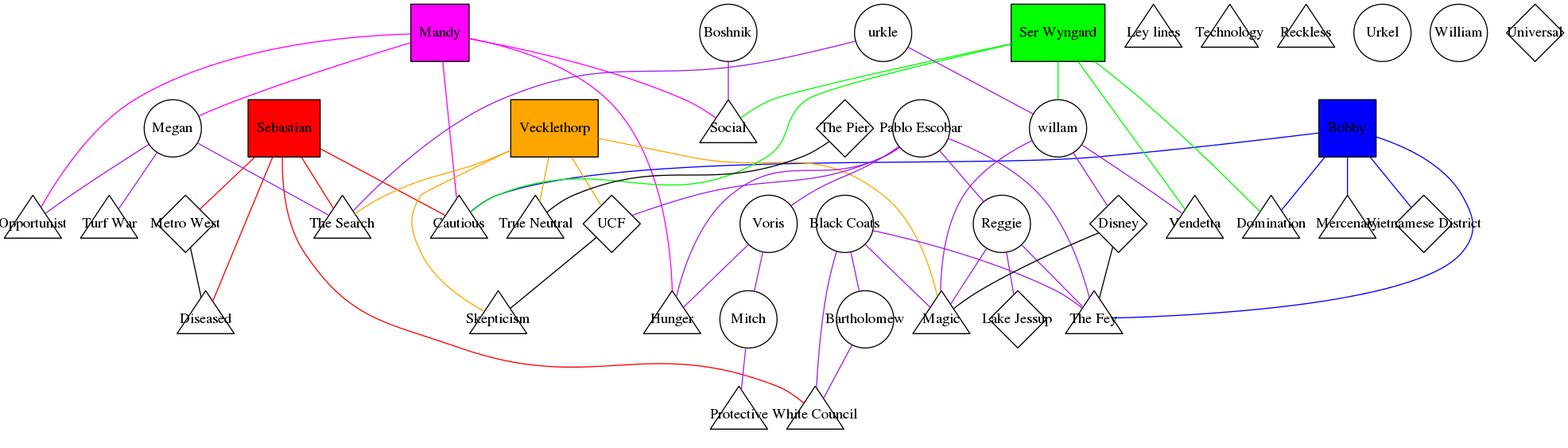
The Graphviz diagram might-of-aurora/might-of-aurora.png in stevenvergenz/vergenz-dresden-map, before a commit. Its source is kept beside it as might-of-aurora/might-of-aurora.dot.
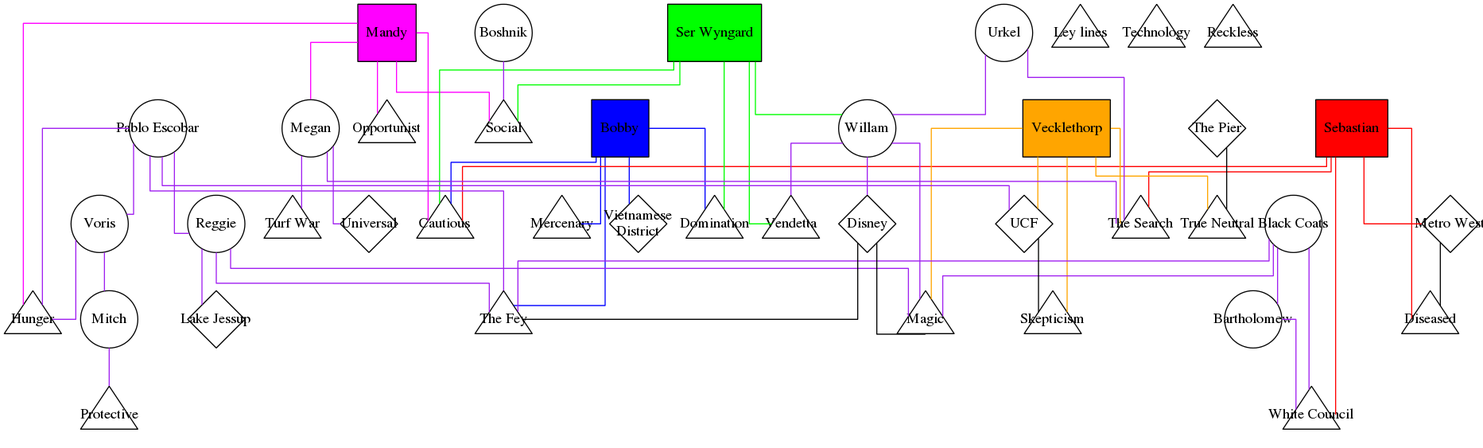
After the commit.

Commit message:
Minor corrections, changed line mode to rectilinear.

What changed in the source:
```diff
@@ -1,6 +1,6 @@
 graph might_of_aurora
 {
-	graph [overlap=scale]
+	graph [overlap=scale, splines=ortho]
 	node [fixedsize="true", width="0.75", height="0.75"]
 
 	subgraph pcs
@@ -42,7 +42,7 @@
 		node [shape="circle"]
 		urkel [label="Urkel"]
 		megan [label="Megan"]
-		william [label="William"]
+		willam [label="Willam"]
 		coats [label="Black Coats"]
 		escobar [label="Pablo Escobar"]
 		reggie [label="Reggie"]
@@ -61,7 +61,7 @@
 		pier [label="The Pier"]
 		metro [label="Metro West"]
 		jessup [label="Lake Jessup"]
-		viet [label="Vietnamese District"]
+		viet [label="Vietnamese\nDistrict"]
 	}
 
 
@@ -126,14 +126,14 @@
 		wyngard -- willam
 	}
 
-	subgraph npcs
+	subgraph face_links
 	{
 		edge [color="purple"]
-		urkle -- search
-		urkle -- willam
+		urkel -- search
+		urkel -- willam
 		megan -- search
 		megan -- war
-		megan -- opportunist
+		megan -- universal
 		willam -- vendetta
 		willam -- disney
 		willam -- magic
@@ -157,7 +157,7 @@
 	}
 
 
-	subgraph locations
+	subgraph location_links
 	{
 		ucf -- skepticism
 		disney -- fey
```
